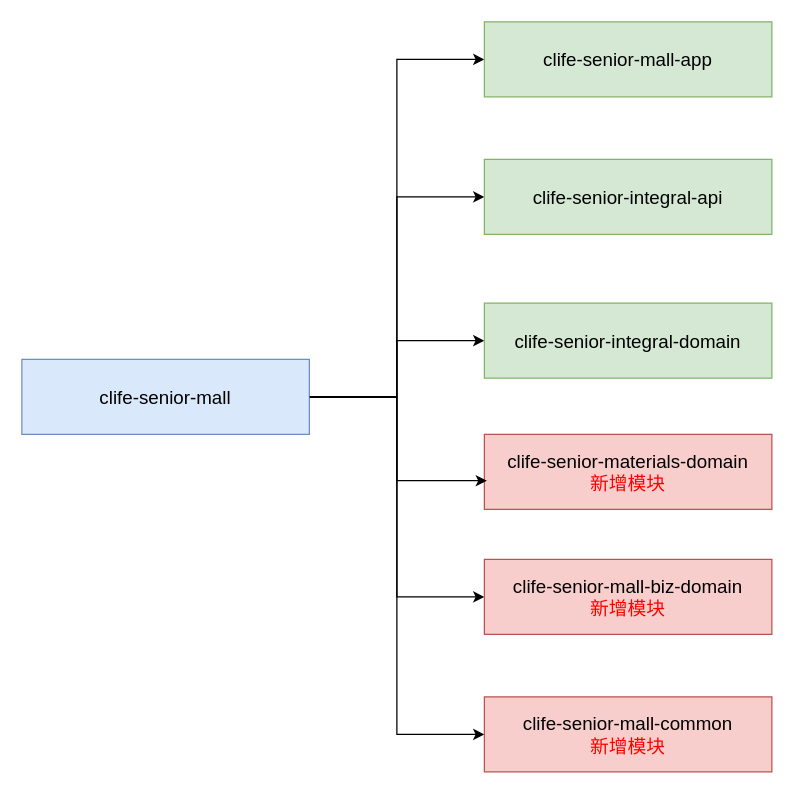
Earlier version of the draw.io diagram 积分商城/积分商城重构项目模块.drawio (messi122/picture). Source tidied: cells renumbered, new cells numbered last; positions are measured from the earlier drawing's top-left corner, leaving out a move shared by most shapes. Both pictures are drawn from the tidied source at 125%, with x=0, y=0 at pixel (21, 21).
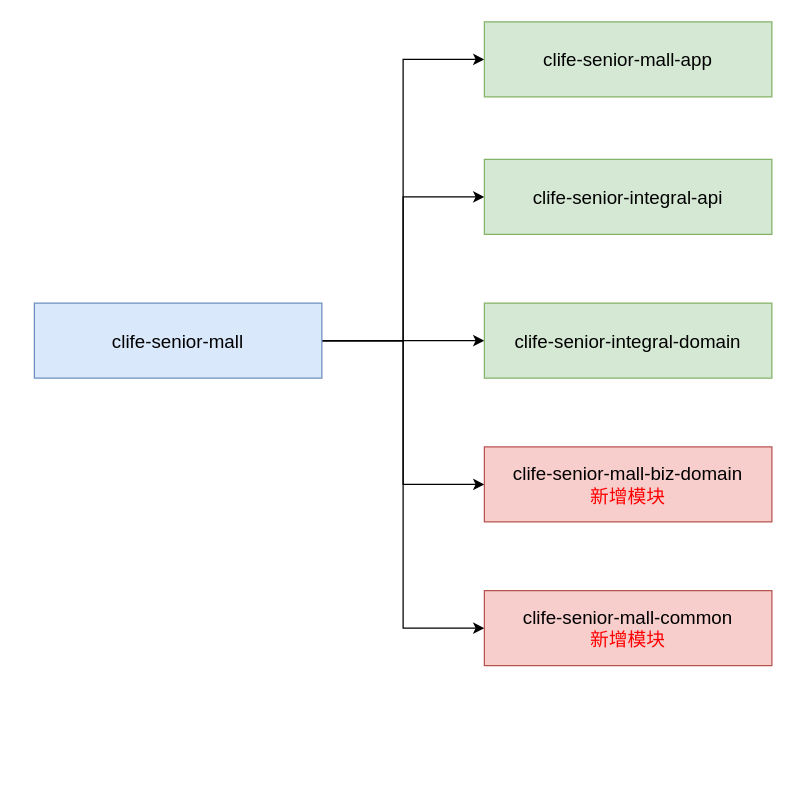
The same diagram, later.

Commit message:
更新积分商城重构项目模块.drawio

Change to the diagram source:
```diff
@@
 <mxGraphModel>
   <root>
     <mxCell id="0" />
     <mxCell id="1" parent="0" />
     <mxCell id="2" style="edgeStyle=orthogonalEdgeStyle;rounded=0;jettySize=auto;html=1;exitX=1;exitY=0.5;exitDx=0;exitDy=0;entryX=0;entryY=0.5;entryDx=0;entryDy=0;" parent="1" edge="1" source="7" target="8">
       <mxGeometry relative="1" as="geometry" />
     </mxCell>
     <mxCell id="3" style="edgeStyle=orthogonalEdgeStyle;rounded=0;jettySize=auto;html=1;exitX=1;exitY=0.5;exitDx=0;exitDy=0;entryX=0;entryY=0.5;entryDx=0;entryDy=0;" parent="1" edge="1" source="7" target="9">
       <mxGeometry relative="1" as="geometry" />
     </mxCell>
     <mxCell id="4" style="edgeStyle=orthogonalEdgeStyle;rounded=0;jettySize=auto;html=1;entryX=0;entryY=0.5;entryDx=0;entryDy=0;" parent="1" edge="1" source="7" target="11">
       <mxGeometry relative="1" as="geometry" />
     </mxCell>
     <mxCell id="5" style="edgeStyle=orthogonalEdgeStyle;rounded=0;jettySize=auto;html=1;exitX=1;exitY=0.5;exitDx=0;exitDy=0;entryX=0;entryY=0.5;entryDx=0;entryDy=0;" parent="1" edge="1" source="7" target="12">
       <mxGeometry relative="1" as="geometry" />
     </mxCell>
     <mxCell id="6" style="edgeStyle=orthogonalEdgeStyle;rounded=0;jettySize=auto;html=1;exitX=1;exitY=0.5;exitDx=0;exitDy=0;entryX=0;entryY=0.5;entryDx=0;entryDy=0;" parent="1" edge="1" source="7" target="10">
       <mxGeometry relative="1" as="geometry" />
     </mxCell>
     <mxCell id="7" value="&lt;font style=&quot;font-size: 15px;&quot;&gt;clife-senior-mall&lt;/font&gt;" style="rounded=0;whiteSpace=wrap;html=1;fillColor=#dae8fc;strokeColor=#6c8ebf;" parent="1" vertex="1">
-      <mxGeometry y="270" width="230" height="60" as="geometry" />
+      <mxGeometry x="10" y="225" width="230" height="60" as="geometry" />
     </mxCell>
     <mxCell id="8" value="&lt;font style=&quot;font-size: 15px;&quot;&gt;clife-senior-mall-app&lt;/font&gt;" style="rounded=0;whiteSpace=wrap;html=1;fillColor=#d5e8d4;strokeColor=#82b366;" parent="1" vertex="1">
       <mxGeometry x="370" width="230" height="60" as="geometry" />
     </mxCell>
     <mxCell id="9" value="&lt;font style=&quot;font-size: 15px;&quot;&gt;clife-senior-integral-api&lt;/font&gt;" style="rounded=0;whiteSpace=wrap;html=1;fillColor=#d5e8d4;strokeColor=#82b366;" parent="1" vertex="1">
       <mxGeometry x="370" y="110" width="230" height="60" as="geometry" />
     </mxCell>
     <mxCell id="10" value="&lt;font style=&quot;font-size: 15px;&quot;&gt;clife-senior-integral-domain&lt;/font&gt;" style="rounded=0;whiteSpace=wrap;html=1;fillColor=#d5e8d4;strokeColor=#82b366;" parent="1" vertex="1">
       <mxGeometry x="370" y="225" width="230" height="60" as="geometry" />
     </mxCell>
     <mxCell id="11" value="&lt;span style=&quot;font-size: 15px;&quot;&gt;clife-senior-mall-biz-domain&lt;/span&gt;&lt;div&gt;&lt;span style=&quot;font-size: 15px;&quot;&gt;&lt;font style=&quot;color: rgb(255, 0, 0);&quot;&gt;新增模块&lt;/font&gt;&lt;/span&gt;&lt;/div&gt;" style="rounded=0;whiteSpace=wrap;html=1;fillColor=#f8cecc;strokeColor=#b85450;" parent="1" vertex="1">
-      <mxGeometry x="370" y="430" width="230" height="60" as="geometry" />
+      <mxGeometry x="370" y="340" width="230" height="60" as="geometry" />
     </mxCell>
     <mxCell id="12" value="&lt;font style=&quot;font-size: 15px;&quot;&gt;clife-senior-mall-common&lt;/font&gt;&lt;div&gt;&lt;font style=&quot;font-size: 15px; color: rgb(255, 0, 0);&quot;&gt;新增模块&lt;/font&gt;&lt;/div&gt;" style="rounded=0;whiteSpace=wrap;html=1;fillColor=#f8cecc;strokeColor=#b85450;" parent="1" vertex="1">
-      <mxGeometry x="370" y="540" width="230" height="60" as="geometry" />
+      <mxGeometry x="370" y="455" width="230" height="60" as="geometry" />
     </mxCell>
-    <mxCell id="13" value="&lt;font style=&quot;font-size: 15px;&quot;&gt;clife-senior-materials-domain&lt;/font&gt;&lt;div&gt;&lt;font style=&quot;font-size: 15px;&quot;&gt;&lt;span style=&quot;color: rgb(255, 0, 0);&quot;&gt;新增模块&lt;/span&gt;&lt;br&gt;&lt;/font&gt;&lt;/div&gt;" style="rounded=0;whiteSpace=wrap;html=1;fillColor=#f8cecc;strokeColor=#b85450;" parent="1" vertex="1">
-      <mxGeometry x="370" y="330" width="230" height="60" as="geometry" />
-    </mxCell>
-    <mxCell id="14" style="edgeStyle=orthogonalEdgeStyle;rounded=0;jettySize=auto;html=1;entryX=0.009;entryY=0.617;entryDx=0;entryDy=0;entryPerimeter=0;" parent="1" edge="1" source="7" target="13">
-      <mxGeometry relative="1" as="geometry" />
-    </mxCell>
   </root>
 </mxGraphModel>
```
